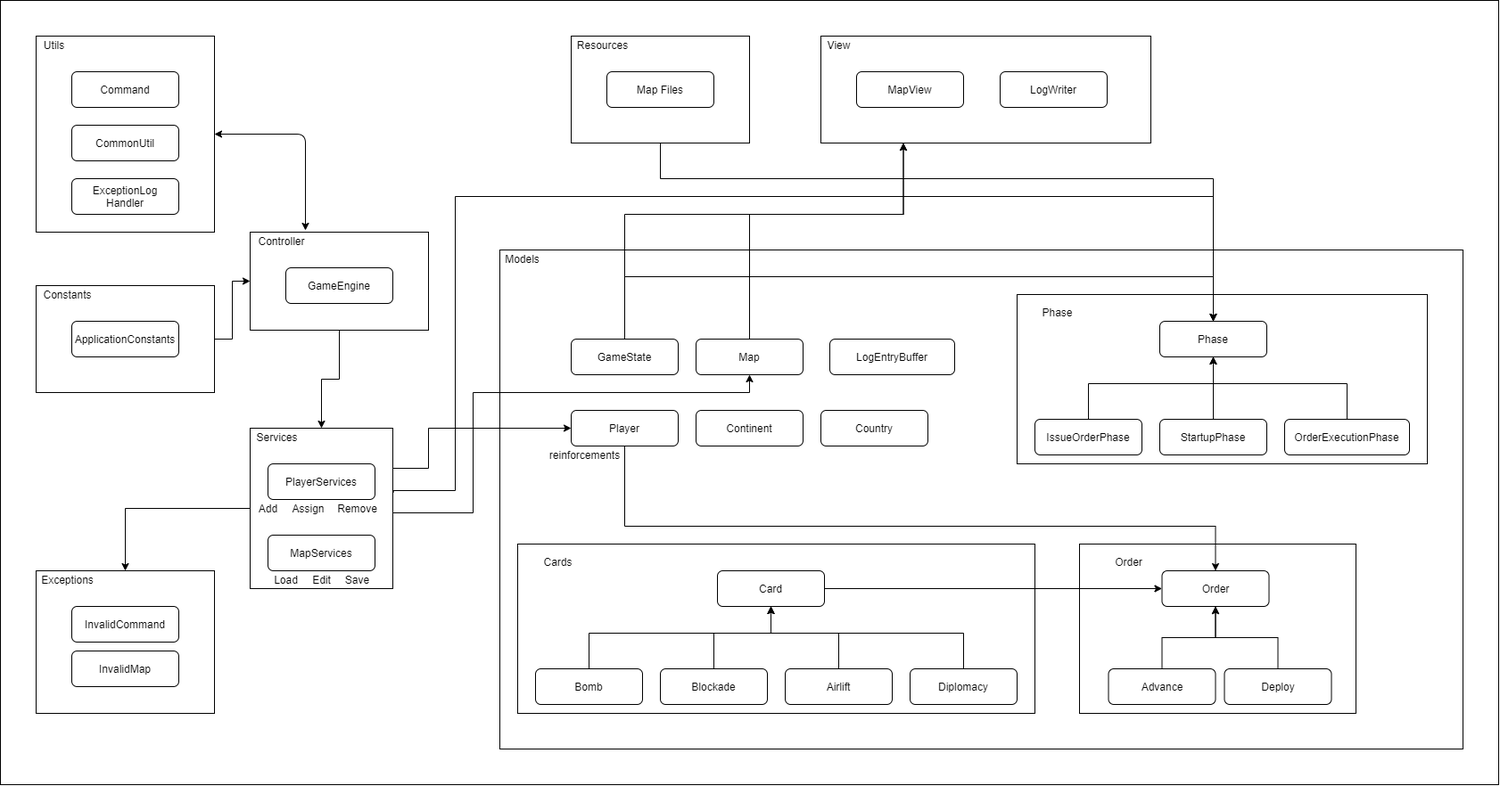
Before: documentation/Build #2 - Architecture Diagram.png, a diagram exported from draw.io (pulkitkkr/SOEN-6441-Adv-Programming-Warzone-Game). Source tidied: cells renumbered, new cells last; positions are measured from the earlier drawing's top-left corner, leaving out a move shared by most shapes.
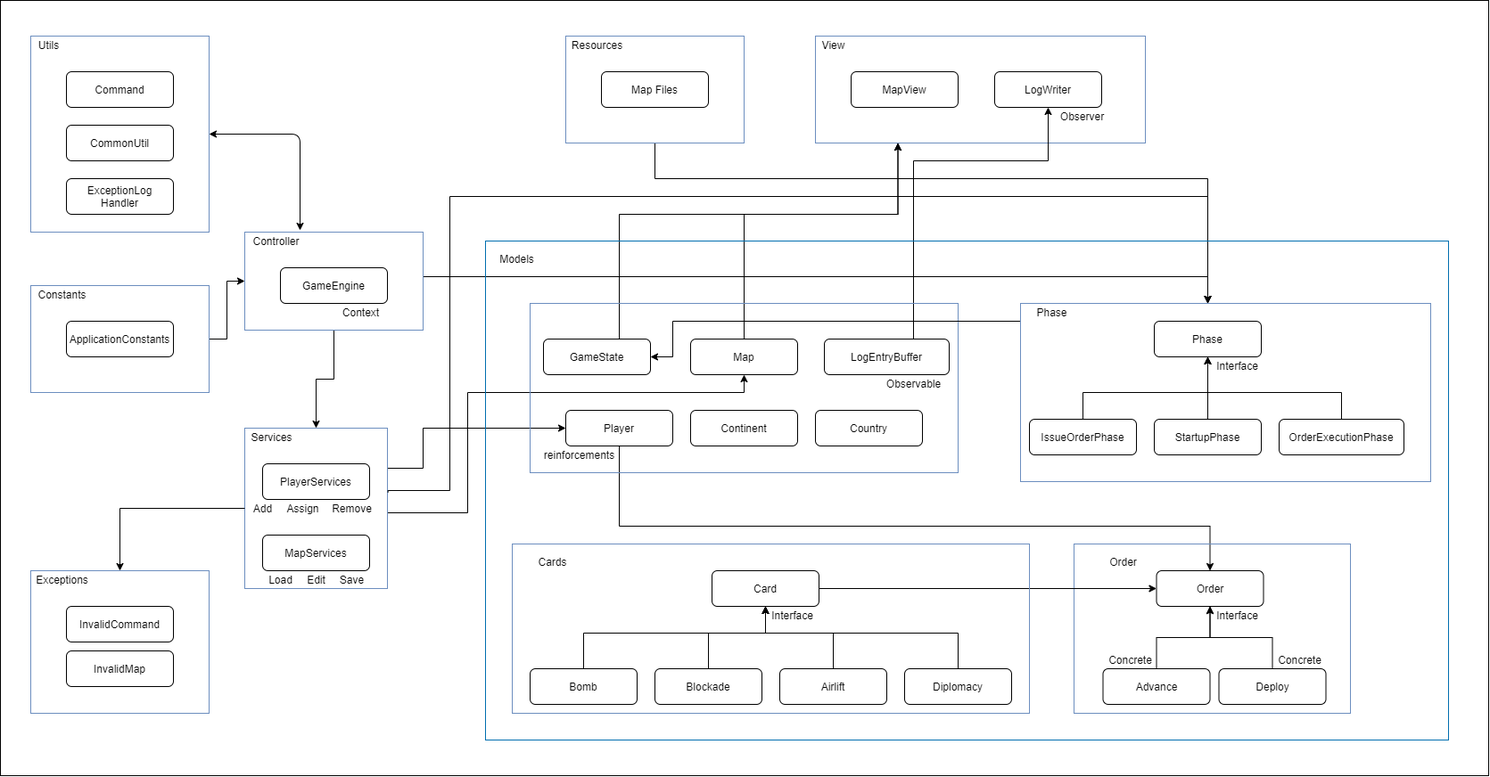
After the commit.

Commit message:
updated architecture diagram

Change to the diagram source:
```diff
@@ -23,8 +23,9 @@
     <mxCell id="8" value="ApplicationConstants" style="rounded=1;whiteSpace=wrap;html=1;fillColor=none;" parent="1" vertex="1">
       <mxGeometry x="80" y="360" width="120" height="40" as="geometry" />
     </mxCell>
-    <mxCell id="9" style="edgeStyle=orthogonalEdgeStyle;rounded=0;jettySize=auto;html=1;entryX=0.5;entryY=0;entryDx=0;entryDy=0;" parent="1" edge="1" source="11" target="70">
+    <mxCell id="9" style="edgeStyle=orthogonalEdgeStyle;rounded=0;jettySize=auto;html=1;" parent="1" edge="1" source="11">
       <mxGeometry relative="1" as="geometry">
+        <mxPoint x="1360" y="340" as="targetPoint" />
         <Array as="points">
           <mxPoint x="700" y="310" />
           <mxPoint x="1360" y="310" />
@@ -40,7 +41,7 @@
       </mxGeometry>
     </mxCell>
     <mxCell id="11" value="GameState" style="rounded=1;whiteSpace=wrap;html=1;fillColor=none;" parent="1" vertex="1">
-      <mxGeometry x="640" y="380" width="120" height="40" as="geometry" />
+      <mxGeometry x="615" y="380" width="120" height="40" as="geometry" />
     </mxCell>
     <mxCell id="12" value="CommonUtil" style="rounded=1;whiteSpace=wrap;html=1;fillColor=none;" parent="1" vertex="1">
       <mxGeometry x="80" y="140" width="120" height="40" as="geometry" />
@@ -51,8 +52,9 @@
     <mxCell id="14" value="Continent" style="rounded=1;whiteSpace=wrap;html=1;fillColor=none;" parent="1" vertex="1">
       <mxGeometry x="780" y="460" width="120" height="40" as="geometry" />
     </mxCell>
-    <mxCell id="15" style="edgeStyle=orthogonalEdgeStyle;rounded=0;jettySize=auto;html=1;entryX=0.5;entryY=0;entryDx=0;entryDy=0;" parent="1" edge="1" source="17" target="70">
+    <mxCell id="15" style="edgeStyle=orthogonalEdgeStyle;rounded=0;jettySize=auto;html=1;" parent="1" edge="1" source="17">
       <mxGeometry relative="1" as="geometry">
+        <mxPoint x="1360" y="340" as="targetPoint" />
         <Array as="points">
           <mxPoint x="840" y="310" />
           <mxPoint x="1360" y="310" />
@@ -84,7 +86,7 @@
     <mxCell id="20" value="Country" style="rounded=1;whiteSpace=wrap;html=1;fillColor=none;" parent="1" vertex="1">
       <mxGeometry x="920" y="460" width="120" height="40" as="geometry" />
     </mxCell>
-    <mxCell id="21" style="rounded=0;whiteSpace=wrap;html=1;fillColor=none;" parent="1" vertex="1">
+    <mxCell id="21" style="rounded=0;whiteSpace=wrap;html=1;strokeColor=#6c8ebf;fillColor=none;" parent="1" vertex="1">
       <mxGeometry x="40" y="40" width="200" height="220" as="geometry" />
     </mxCell>
     <mxCell id="22" value="Utils" style="text;html=1;align=center;verticalAlign=middle;" parent="1" vertex="1">
@@ -98,13 +100,21 @@
         </Array>
       </mxGeometry>
     </mxCell>
+    <mxCell id="85" style="edgeStyle=orthogonalEdgeStyle;rounded=0;jettySize=auto;html=1;" parent="1" edge="1" source="24">
+      <mxGeometry relative="1" as="geometry">
+        <mxPoint x="1360" y="340" as="targetPoint" />
+        <Array as="points">
+          <mxPoint x="1360" y="310" />
+        </Array>
+      </mxGeometry>
+    </mxCell>
-    <mxCell id="24" style="rounded=0;whiteSpace=wrap;html=1;fillColor=none;" parent="1" vertex="1">
+    <mxCell id="24" style="rounded=0;whiteSpace=wrap;html=1;strokeColor=#6c8ebf;fillColor=none;" parent="1" vertex="1">
       <mxGeometry x="280" y="260" width="200" height="110" as="geometry" />
     </mxCell>
     <mxCell id="25" value="Controller" style="text;html=1;align=center;verticalAlign=middle;" parent="1" vertex="1">
       <mxGeometry x="280" y="260" width="70" height="20" as="geometry" />
     </mxCell>
-    <mxCell id="26" style="rounded=0;whiteSpace=wrap;html=1;fillColor=none;" parent="1" vertex="1">
+    <mxCell id="26" style="rounded=0;whiteSpace=wrap;html=1;strokeColor=#6c8ebf;fillColor=none;" parent="1" vertex="1">
       <mxGeometry x="1210" y="610" width="310" height="190" as="geometry" />
     </mxCell>
     <mxCell id="27" value="Models" style="text;html=1;align=center;verticalAlign=middle;" parent="1" vertex="1">
@@ -131,13 +141,13 @@
         </Array>
       </mxGeometry>
     </mxCell>
-    <mxCell id="31" style="rounded=0;whiteSpace=wrap;html=1;fillColor=none;" parent="1" vertex="1">
+    <mxCell id="31" style="rounded=0;whiteSpace=wrap;html=1;strokeColor=#6c8ebf;fillColor=none;" parent="1" vertex="1">
       <mxGeometry x="280" y="480" width="160" height="180" as="geometry" />
     </mxCell>
     <mxCell id="32" value="Services" style="text;html=1;align=center;verticalAlign=middle;" parent="1" vertex="1">
       <mxGeometry x="280" y="480" width="60" height="20" as="geometry" />
     </mxCell>
-    <mxCell id="33" style="rounded=0;whiteSpace=wrap;html=1;fillColor=none;" parent="1" vertex="1">
+    <mxCell id="33" style="rounded=0;whiteSpace=wrap;html=1;strokeColor=#6c8ebf;fillColor=none;" parent="1" vertex="1">
       <mxGeometry x="40" y="640" width="200" height="160" as="geometry" />
     </mxCell>
     <mxCell id="34" value="Exceptions" style="text;html=1;align=center;verticalAlign=middle;" parent="1" vertex="1">
@@ -155,21 +165,22 @@
     <mxCell id="38" value="Save" style="text;html=1;align=center;verticalAlign=middle;" parent="1" vertex="1">
       <mxGeometry x="380" y="640" width="40" height="20" as="geometry" />
     </mxCell>
-    <mxCell id="39" style="rounded=0;whiteSpace=wrap;html=1;fillColor=none;" parent="1" vertex="1">
+    <mxCell id="39" style="rounded=0;whiteSpace=wrap;html=1;strokeColor=#6c8ebf;fillColor=none;" parent="1" vertex="1">
       <mxGeometry x="920" y="40" width="370" height="120" as="geometry" />
     </mxCell>
     <mxCell id="40" value="View" style="text;html=1;align=center;verticalAlign=middle;" parent="1" vertex="1">
       <mxGeometry x="920" y="40" width="40" height="20" as="geometry" />
     </mxCell>
-    <mxCell id="41" style="edgeStyle=orthogonalEdgeStyle;rounded=0;jettySize=auto;html=1;entryX=0.5;entryY=0;entryDx=0;entryDy=0;" parent="1" edge="1" source="42" target="70">
+    <mxCell id="41" style="edgeStyle=orthogonalEdgeStyle;rounded=0;jettySize=auto;html=1;" parent="1" edge="1" source="42">
       <mxGeometry relative="1" as="geometry">
+        <mxPoint x="1360" y="340" as="targetPoint" />
         <Array as="points">
           <mxPoint x="740" y="200" />
           <mxPoint x="1360" y="200" />
         </Array>
       </mxGeometry>
     </mxCell>
-    <mxCell id="42" style="rounded=0;whiteSpace=wrap;html=1;fillColor=none;" parent="1" vertex="1">
+    <mxCell id="42" style="rounded=0;whiteSpace=wrap;html=1;strokeColor=#6c8ebf;fillColor=none;" parent="1" vertex="1">
       <mxGeometry x="640" y="40" width="200" height="120" as="geometry" />
     </mxCell>
     <mxCell id="43" value="Resources" style="text;html=1;align=center;verticalAlign=middle;" parent="1" vertex="1">
@@ -178,14 +189,14 @@
     <mxCell id="44" style="edgeStyle=orthogonalEdgeStyle;rounded=0;jettySize=auto;html=1;entryX=0;entryY=0.5;entryDx=0;entryDy=0;" parent="1" edge="1" source="45" target="24">
       <mxGeometry relative="1" as="geometry" />
     </mxCell>
-    <mxCell id="45" style="rounded=0;whiteSpace=wrap;html=1;fillColor=none;" parent="1" vertex="1">
+    <mxCell id="45" style="rounded=0;whiteSpace=wrap;html=1;strokeColor=#6c8ebf;fillColor=none;" parent="1" vertex="1">
       <mxGeometry x="40" y="320" width="200" height="120" as="geometry" />
     </mxCell>
     <mxCell id="46" value="Constants" style="text;html=1;align=center;verticalAlign=middle;" parent="1" vertex="1">
       <mxGeometry x="40" y="320" width="70" height="20" as="geometry" />
     </mxCell>
     <mxCell id="47" style="rounded=0;whiteSpace=wrap;html=1;fillColor=none;" parent="1" vertex="1">
-      <mxGeometry width="1680" height="880" as="geometry" />
+      <mxGeometry x="6" width="1669" height="870" as="geometry" />
     </mxCell>
     <mxCell id="48" value="PlayerServices" style="rounded=1;whiteSpace=wrap;html=1;fillColor=none;" parent="1" vertex="1">
       <mxGeometry x="300" y="520" width="120" height="40" as="geometry" />
@@ -193,8 +204,9 @@
     <mxCell id="49" value="Add" style="text;html=1;align=center;verticalAlign=middle;" parent="1" vertex="1">
       <mxGeometry x="280" y="560" width="40" height="20" as="geometry" />
     </mxCell>
-    <mxCell id="50" style="edgeStyle=orthogonalEdgeStyle;rounded=0;jettySize=auto;html=1;entryX=0.5;entryY=0;entryDx=0;entryDy=0;exitX=1.004;exitY=0.4;exitDx=0;exitDy=0;exitPerimeter=0;" parent="1" edge="1" source="31" target="70">
+    <mxCell id="50" style="edgeStyle=orthogonalEdgeStyle;rounded=0;jettySize=auto;html=1;exitX=1.004;exitY=0.4;exitDx=0;exitDy=0;exitPerimeter=0;" parent="1" edge="1" source="31">
       <mxGeometry relative="1" as="geometry">
+        <mxPoint x="1360" y="340" as="targetPoint" />
         <Array as="points">
           <mxPoint x="441" y="550" />
           <mxPoint x="510" y="550" />
@@ -282,8 +294,8 @@
     <mxCell id="68" style="edgeStyle=orthogonalEdgeStyle;rounded=0;jettySize=auto;html=1;entryX=0.5;entryY=1;entryDx=0;entryDy=0;" parent="1" edge="1" source="69" target="70">
       <mxGeometry relative="1" as="geometry">
         <Array as="points">
-          <mxPoint x="1220" y="430" />
-          <mxPoint x="1360" y="430" />
+          <mxPoint x="1220" y="440" />
+          <mxPoint x="1360" y="440" />
         </Array>
       </mxGeometry>
     </mxCell>
@@ -293,7 +305,7 @@
     <mxCell id="70" value="Phase" style="rounded=1;whiteSpace=wrap;html=1;fillColor=none;" parent="1" vertex="1">
       <mxGeometry x="1300" y="360" width="120" height="40" as="geometry" />
     </mxCell>
-    <mxCell id="71" style="edgeStyle=orthogonalEdgeStyle;rounded=0;jettySize=auto;html=1;entryX=0.5;entryY=1;entryDx=0;entryDy=0;" parent="1" edge="1" source="72" target="70">
+    <mxCell id="71" style="edgeStyle=orthogonalEdgeStyle;rounded=0;jettySize=auto;html=1;" parent="1" edge="1" source="72" target="70">
       <mxGeometry relative="1" as="geometry" />
     </mxCell>
     <mxCell id="72" value="StartupPhase" style="rounded=1;whiteSpace=wrap;html=1;fillColor=none;" parent="1" vertex="1">
@@ -302,8 +314,8 @@
     <mxCell id="73" style="edgeStyle=orthogonalEdgeStyle;rounded=0;jettySize=auto;html=1;entryX=0.5;entryY=1;entryDx=0;entryDy=0;" parent="1" edge="1" source="74" target="70">
       <mxGeometry relative="1" as="geometry">
         <Array as="points">
-          <mxPoint x="1510" y="430" />
-          <mxPoint x="1360" y="430" />
+          <mxPoint x="1510" y="440" />
+          <mxPoint x="1360" y="440" />
         </Array>
       </mxGeometry>
     </mxCell>
@@ -328,17 +340,60 @@
     <mxCell id="80" value="Deploy" style="rounded=1;whiteSpace=wrap;html=1;fillColor=none;" parent="1" vertex="1">
       <mxGeometry x="1372.5" y="750" width="120" height="40" as="geometry" />
     </mxCell>
+    <mxCell id="86" style="edgeStyle=orthogonalEdgeStyle;rounded=0;jettySize=auto;html=1;entryX=0.5;entryY=1;entryDx=0;entryDy=0;" parent="1" edge="1" source="81" target="54">
+      <mxGeometry relative="1" as="geometry">
+        <Array as="points">
+          <mxPoint x="1030" y="180" />
+          <mxPoint x="1181" y="180" />
+        </Array>
+      </mxGeometry>
+    </mxCell>
     <mxCell id="81" value="LogEntryBuffer" style="rounded=1;whiteSpace=wrap;html=1;fillColor=none;" parent="1" vertex="1">
       <mxGeometry x="930" y="380" width="140" height="40" as="geometry" />
     </mxCell>
-    <mxCell id="82" style="rounded=0;whiteSpace=wrap;html=1;fillColor=none;" parent="1" vertex="1">
+    <mxCell id="82" style="rounded=0;whiteSpace=wrap;html=1;strokeColor=#6c8ebf;fillColor=none;" parent="1" vertex="1">
       <mxGeometry x="580" y="610" width="580" height="190" as="geometry" />
     </mxCell>
-    <mxCell id="83" style="rounded=0;whiteSpace=wrap;html=1;fillColor=none;" parent="1" vertex="1">
-      <mxGeometry x="1140" y="330" width="460" height="190" as="geometry" />
+    <mxCell id="83" style="rounded=0;whiteSpace=wrap;html=1;strokeColor=#6c8ebf;fillColor=none;" parent="1" vertex="1">
+      <mxGeometry x="600" y="340" width="480" height="190" as="geometry" />
     </mxCell>
-    <mxCell id="84" style="rounded=0;whiteSpace=wrap;html=1;fillColor=none;" parent="1" vertex="1">
-      <mxGeometry x="560" y="280" width="1080" height="560" as="geometry" />
+    <mxCell id="84" style="rounded=0;whiteSpace=wrap;html=1;strokeColor=#006EAF;fontColor=#ffffff;fillColor=none;" parent="1" vertex="1">
+      <mxGeometry x="550" y="270" width="1080" height="560" as="geometry" />
     </mxCell>
+    <mxCell id="87" style="edgeStyle=orthogonalEdgeStyle;rounded=0;jettySize=auto;html=1;entryX=1;entryY=0.5;entryDx=0;entryDy=0;" parent="1" edge="1" source="88" target="11">
+      <mxGeometry relative="1" as="geometry">
+        <Array as="points">
+          <mxPoint x="760" y="360" />
+          <mxPoint x="760" y="400" />
+        </Array>
+      </mxGeometry>
+    </mxCell>
+    <mxCell id="88" style="rounded=0;whiteSpace=wrap;html=1;strokeColor=#6c8ebf;fillColor=none;" parent="1" vertex="1">
+      <mxGeometry x="1150" y="340" width="460" height="200" as="geometry" />
+    </mxCell>
+    <mxCell id="89" value="Concrete" style="text;html=1;align=center;verticalAlign=middle;" parent="1" vertex="1">
+      <mxGeometry x="1242.5" y="730" width="60" height="20" as="geometry" />
+    </mxCell>
+    <mxCell id="90" value="Concrete" style="text;html=1;align=center;verticalAlign=middle;" parent="1" vertex="1">
+      <mxGeometry x="1432.5" y="730" width="60" height="20" as="geometry" />
+    </mxCell>
+    <mxCell id="91" value="Interface" style="text;html=1;align=center;verticalAlign=middle;" parent="1" vertex="1">
+      <mxGeometry x="1362.5" y="680" width="60" height="20" as="geometry" />
+    </mxCell>
+    <mxCell id="92" value="Interface" style="text;html=1;align=center;verticalAlign=middle;" parent="1" vertex="1">
+      <mxGeometry x="864" y="680" width="60" height="20" as="geometry" />
+    </mxCell>
+    <mxCell id="93" value="Interface" style="text;html=1;align=center;verticalAlign=middle;" parent="1" vertex="1">
+      <mxGeometry x="1362.5" y="400" width="60" height="20" as="geometry" />
+    </mxCell>
+    <mxCell id="94" value="Context" style="text;html=1;align=center;verticalAlign=middle;" parent="1" vertex="1">
+      <mxGeometry x="380" y="340" width="60" height="20" as="geometry" />
+    </mxCell>
+    <mxCell id="95" value="Observer" style="text;html=1;align=center;verticalAlign=middle;" parent="1" vertex="1">
+      <mxGeometry x="1184" y="120" width="70" height="20" as="geometry" />
+    </mxCell>
+    <mxCell id="96" value="Observable" style="text;html=1;align=center;verticalAlign=middle;" parent="1" vertex="1">
+      <mxGeometry x="990" y="420" width="80" height="20" as="geometry" />
+    </mxCell>
   </root>
 </mxGraphModel>
```
